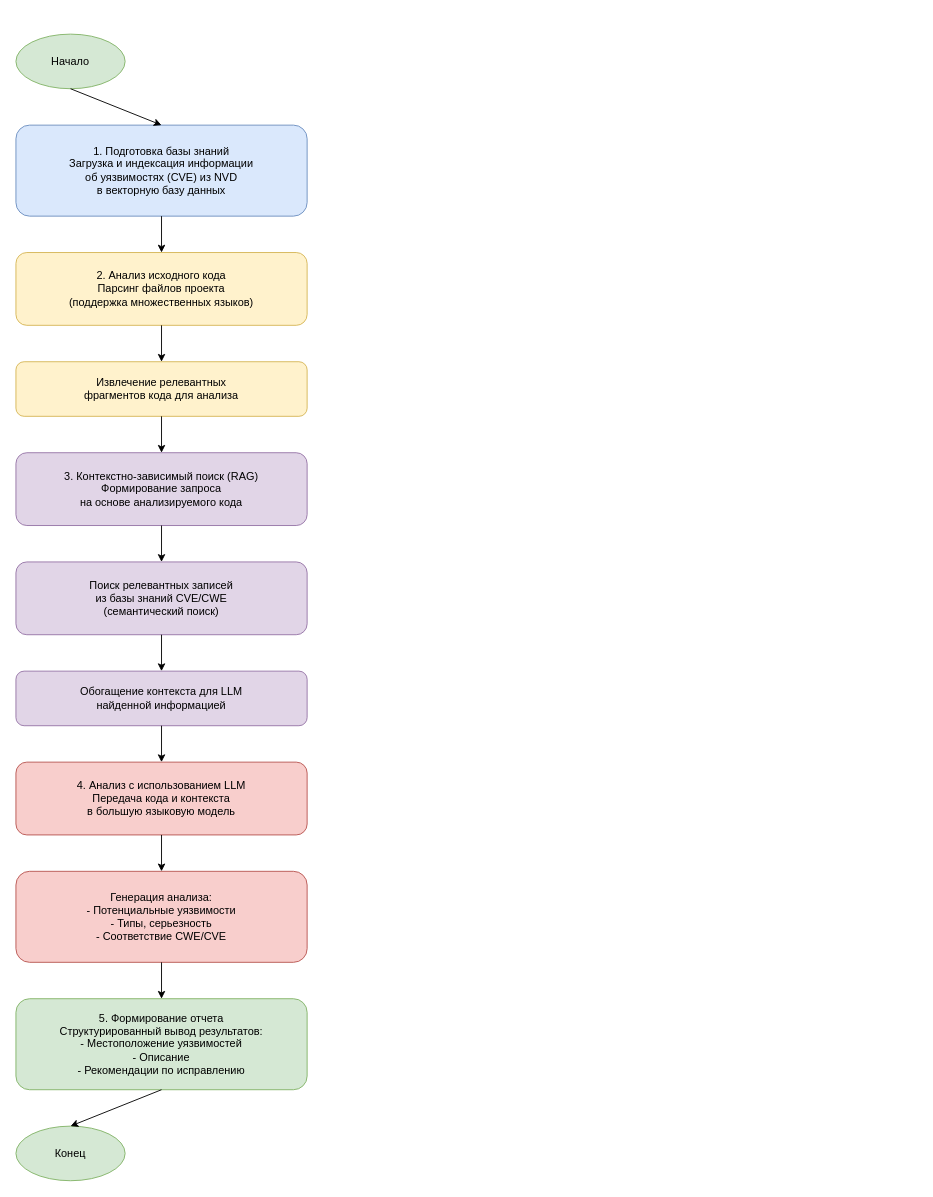
C3EQUALZz/DSTU_VKB keeps this draw.io diagram as methodology_of_scientific_research/vulnfinder/drawings/code_analysis_process.drawio. Above is the earlier version. Source tidied: cells renumbered, new cells numbered last; positions are measured from the earlier drawing's top-left corner, leaving out a move shared by most shapes. Both pictures are drawn from the tidied source at 91%, with x=0, y=0 at pixel (15, 34).
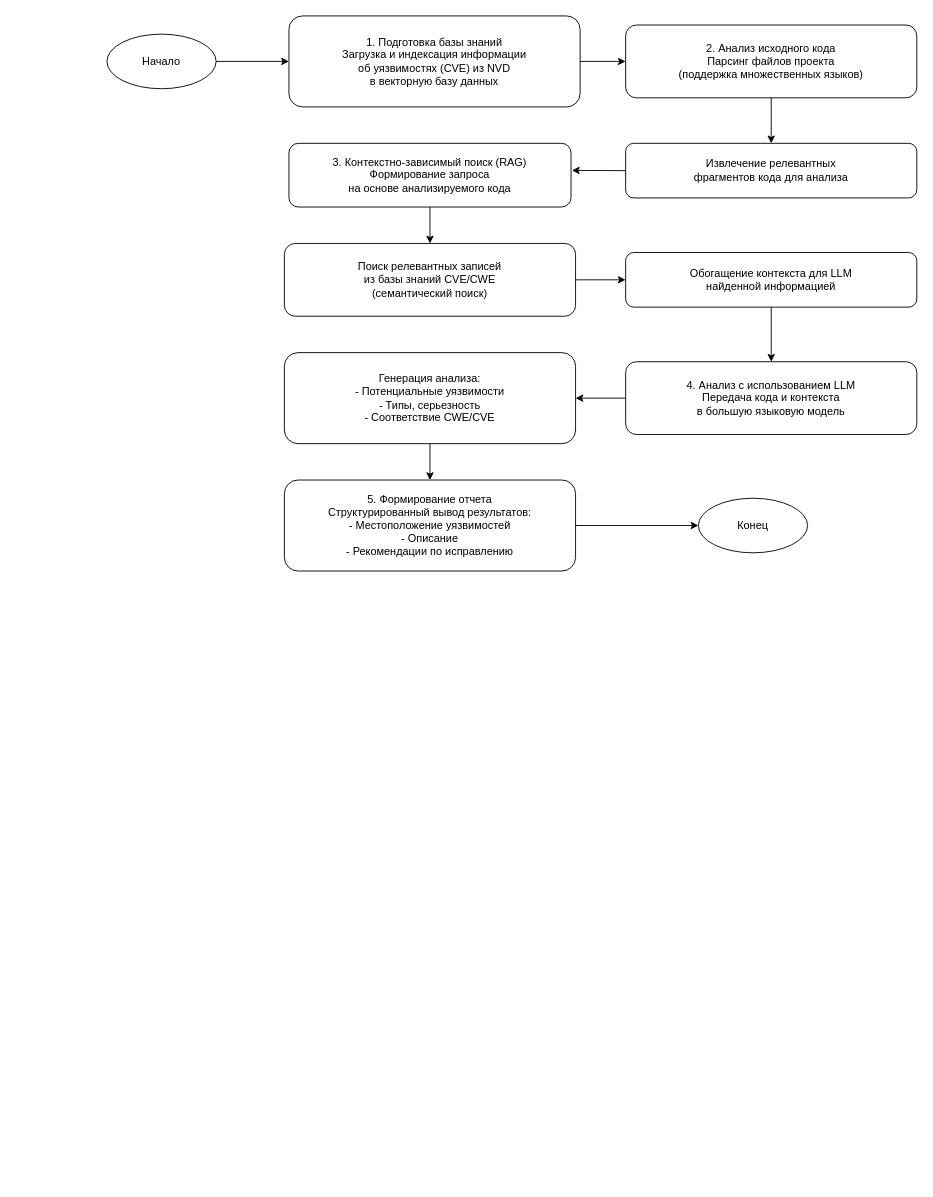
Above is the later version.

Diff of the diagram source:
```diff
@@
-    <mxCell id="2" value="Начало" style="ellipse;whiteSpace=wrap;html=1;fillColor=#d5e8d4;strokeColor=#82b366;" parent="1" vertex="1">
-      <mxGeometry width="120" height="60" as="geometry" />
+    <mxCell id="2" value="Начало" style="ellipse;whiteSpace=wrap;html=1;" parent="1" vertex="1">
+      <mxGeometry x="100" width="120" height="60" as="geometry" />
     </mxCell>
-    <mxCell id="3" value="1. Подготовка базы знаний&#10;Загрузка и индексация информации&#10;об уязвимостях (CVE) из NVD&#10;в векторную базу данных" style="rounded=1;whiteSpace=wrap;html=1;fillColor=#dae8fc;strokeColor=#6c8ebf;" parent="1" vertex="1">
-      <mxGeometry y="100" width="320" height="100" as="geometry" />
+    <mxCell id="3" value="1. Подготовка базы знаний&#10;Загрузка и индексация информации&#10;об уязвимостях (CVE) из NVD&#10;в векторную базу данных" style="rounded=1;whiteSpace=wrap;html=1;" parent="1" vertex="1">
+      <mxGeometry x="300" y="-20" width="320" height="100" as="geometry" />
     </mxCell>
-    <mxCell id="4" value="2. Анализ исходного кода&#10;Парсинг файлов проекта&#10;(поддержка множественных языков)" style="rounded=1;whiteSpace=wrap;html=1;fillColor=#fff2cc;strokeColor=#d6b656;" parent="1" vertex="1">
-      <mxGeometry y="240" width="320" height="80" as="geometry" />
+    <mxCell id="4" value="2. Анализ исходного кода&#10;Парсинг файлов проекта&#10;(поддержка множественных языков)" style="rounded=1;whiteSpace=wrap;html=1;" parent="1" vertex="1">
+      <mxGeometry x="670" y="-10" width="320" height="80" as="geometry" />
     </mxCell>
-    <mxCell id="5" value="Извлечение релевантных&#10;фрагментов кода для анализа" style="rounded=1;whiteSpace=wrap;html=1;fillColor=#fff2cc;strokeColor=#d6b656;" parent="1" vertex="1">
-      <mxGeometry y="360" width="320" height="60" as="geometry" />
+    <mxCell id="5" value="Извлечение релевантных&#10;фрагментов кода для анализа" style="rounded=1;whiteSpace=wrap;html=1;" parent="1" vertex="1">
+      <mxGeometry x="670" y="120" width="320" height="60" as="geometry" />
     </mxCell>
-    <mxCell id="6" value="3. Контекстно-зависимый поиск (RAG)&#10;Формирование запроса&#10;на основе анализируемого кода" style="rounded=1;whiteSpace=wrap;html=1;fillColor=#e1d5e7;strokeColor=#9673a6;" parent="1" vertex="1">
-      <mxGeometry y="460" width="320" height="80" as="geometry" />
+    <mxCell id="6" value="3. Контекстно-зависимый поиск (RAG)&#10;Формирование запроса&#10;на основе анализируемого кода" style="rounded=1;whiteSpace=wrap;html=1;" parent="1" vertex="1">
+      <mxGeometry x="300" y="120" width="310" height="70" as="geometry" />
     </mxCell>
-    <mxCell id="7" value="Поиск релевантных записей&#10;из базы знаний CVE/CWE&#10;(семантический поиск)" style="rounded=1;whiteSpace=wrap;html=1;fillColor=#e1d5e7;strokeColor=#9673a6;" parent="1" vertex="1">
-      <mxGeometry y="580" width="320" height="80" as="geometry" />
+    <mxCell id="7" value="Поиск релевантных записей&#10;из базы знаний CVE/CWE&#10;(семантический поиск)" style="rounded=1;whiteSpace=wrap;html=1;" parent="1" vertex="1">
+      <mxGeometry x="295" y="230" width="320" height="80" as="geometry" />
     </mxCell>
-    <mxCell id="8" value="Обогащение контекста для LLM&#10;найденной информацией" style="rounded=1;whiteSpace=wrap;html=1;fillColor=#e1d5e7;strokeColor=#9673a6;" parent="1" vertex="1">
-      <mxGeometry y="700" width="320" height="60" as="geometry" />
+    <mxCell id="8" value="Обогащение контекста для LLM&#10;найденной информацией" style="rounded=1;whiteSpace=wrap;html=1;" parent="1" vertex="1">
+      <mxGeometry x="670" y="240" width="320" height="60" as="geometry" />
     </mxCell>
-    <mxCell id="9" value="4. Анализ с использованием LLM&#10;Передача кода и контекста&#10;в большую языковую модель" style="rounded=1;whiteSpace=wrap;html=1;fillColor=#f8cecc;strokeColor=#b85450;" parent="1" vertex="1">
-      <mxGeometry y="800" width="320" height="80" as="geometry" />
+    <mxCell id="9" value="4. Анализ с использованием LLM&#10;Передача кода и контекста&#10;в большую языковую модель" style="rounded=1;whiteSpace=wrap;html=1;" parent="1" vertex="1">
+      <mxGeometry x="670" y="360" width="320" height="80" as="geometry" />
     </mxCell>
-    <mxCell id="10" value="Генерация анализа:&#10;- Потенциальные уязвимости&#10;- Типы, серьезность&#10;- Соответствие CWE/CVE" style="rounded=1;whiteSpace=wrap;html=1;fillColor=#f8cecc;strokeColor=#b85450;" parent="1" vertex="1">
-      <mxGeometry y="920" width="320" height="100" as="geometry" />
+    <mxCell id="10" value="Генерация анализа:&#10;- Потенциальные уязвимости&#10;- Типы, серьезность&#10;- Соответствие CWE/CVE" style="rounded=1;whiteSpace=wrap;html=1;" parent="1" vertex="1">
+      <mxGeometry x="295" y="350" width="320" height="100" as="geometry" />
     </mxCell>
-    <mxCell id="11" value="5. Формирование отчета&#10;Структурированный вывод результатов:&#10;- Местоположение уязвимостей&#10;- Описание&#10;- Рекомендации по исправлению" style="rounded=1;whiteSpace=wrap;html=1;fillColor=#d5e8d4;strokeColor=#82b366;" parent="1" vertex="1">
-      <mxGeometry y="1060" width="320" height="100" as="geometry" />
+    <mxCell id="11" value="5. Формирование отчета&#10;Структурированный вывод результатов:&#10;- Местоположение уязвимостей&#10;- Описание&#10;- Рекомендации по исправлению" style="rounded=1;whiteSpace=wrap;html=1;" parent="1" vertex="1">
+      <mxGeometry x="295" y="490" width="320" height="100" as="geometry" />
     </mxCell>
-    <mxCell id="12" value="Конец" style="ellipse;whiteSpace=wrap;html=1;fillColor=#d5e8d4;strokeColor=#82b366;" parent="1" vertex="1">
-      <mxGeometry y="1200" width="120" height="60" as="geometry" />
+    <mxCell id="12" value="Конец" style="ellipse;whiteSpace=wrap;html=1;" parent="1" vertex="1">
+      <mxGeometry x="750" y="510" width="120" height="60" as="geometry" />
     </mxCell>
-    <mxCell id="13" style="endArrow=classic;html=1;rounded=0;exitX=0.5;exitY=1;exitDx=0;exitDy=0;entryX=0.5;entryY=0;entryDx=0;entryDy=0;" parent="1" edge="1" source="2" target="3">
+    <mxCell id="13" style="endArrow=classic;html=1;rounded=0;exitX=1;exitY=0.5;exitDx=0;exitDy=0;entryX=0;entryY=0.5;entryDx=0;entryDy=0;" parent="1" edge="1" source="2" target="3">
       <mxGeometry relative="1" as="geometry" />
     </mxCell>
-    <mxCell id="14" style="endArrow=classic;html=1;rounded=0;exitX=0.5;exitY=1;exitDx=0;exitDy=0;entryX=0.5;entryY=0;entryDx=0;entryDy=0;" parent="1" edge="1" source="3" target="4">
+    <mxCell id="14" style="endArrow=classic;html=1;rounded=0;exitX=1;exitY=0.5;exitDx=0;exitDy=0;entryX=0;entryY=0.5;entryDx=0;entryDy=0;" parent="1" edge="1" source="3" target="4">
       <mxGeometry relative="1" as="geometry" />
     </mxCell>
@@
-    <mxCell id="16" style="endArrow=classic;html=1;rounded=0;exitX=0.5;exitY=1;exitDx=0;exitDy=0;entryX=0.5;entryY=0;entryDx=0;entryDy=0;" parent="1" edge="1" source="5" target="6">
+    <mxCell id="16" style="endArrow=classic;html=1;rounded=0;exitX=0;exitY=0.5;exitDx=0;exitDy=0;entryX=1.003;entryY=0.425;entryDx=0;entryDy=0;entryPerimeter=0;" parent="1" edge="1" source="5" target="6">
       <mxGeometry relative="1" as="geometry" />
     </mxCell>
@@
-    <mxCell id="18" style="endArrow=classic;html=1;rounded=0;exitX=0.5;exitY=1;exitDx=0;exitDy=0;entryX=0.5;entryY=0;entryDx=0;entryDy=0;" parent="1" edge="1" source="7" target="8">
+    <mxCell id="18" style="endArrow=classic;html=1;rounded=0;exitX=1;exitY=0.5;exitDx=0;exitDy=0;entryX=0;entryY=0.5;entryDx=0;entryDy=0;" parent="1" edge="1" source="7" target="8">
       <mxGeometry relative="1" as="geometry" />
     </mxCell>
@@
-    <mxCell id="20" style="endArrow=classic;html=1;rounded=0;exitX=0.5;exitY=1;exitDx=0;exitDy=0;entryX=0.5;entryY=0;entryDx=0;entryDy=0;" parent="1" edge="1" source="9" target="10">
+    <mxCell id="20" style="endArrow=classic;html=1;rounded=0;exitX=0;exitY=0.5;exitDx=0;exitDy=0;entryX=1;entryY=0.5;entryDx=0;entryDy=0;" parent="1" edge="1" source="9" target="10">
       <mxGeometry relative="1" as="geometry" />
     </mxCell>
@@
-    <mxCell id="22" style="endArrow=classic;html=1;rounded=0;exitX=0.5;exitY=1;exitDx=0;exitDy=0;entryX=0.5;entryY=0;entryDx=0;entryDy=0;" parent="1" edge="1" source="11" target="12">
+    <mxCell id="22" style="endArrow=classic;html=1;rounded=0;exitX=1;exitY=0.5;exitDx=0;exitDy=0;entryX=0;entryY=0.5;entryDx=0;entryDy=0;" parent="1" edge="1" source="11" target="12">
       <mxGeometry relative="1" as="geometry" />
     </mxCell>
```
